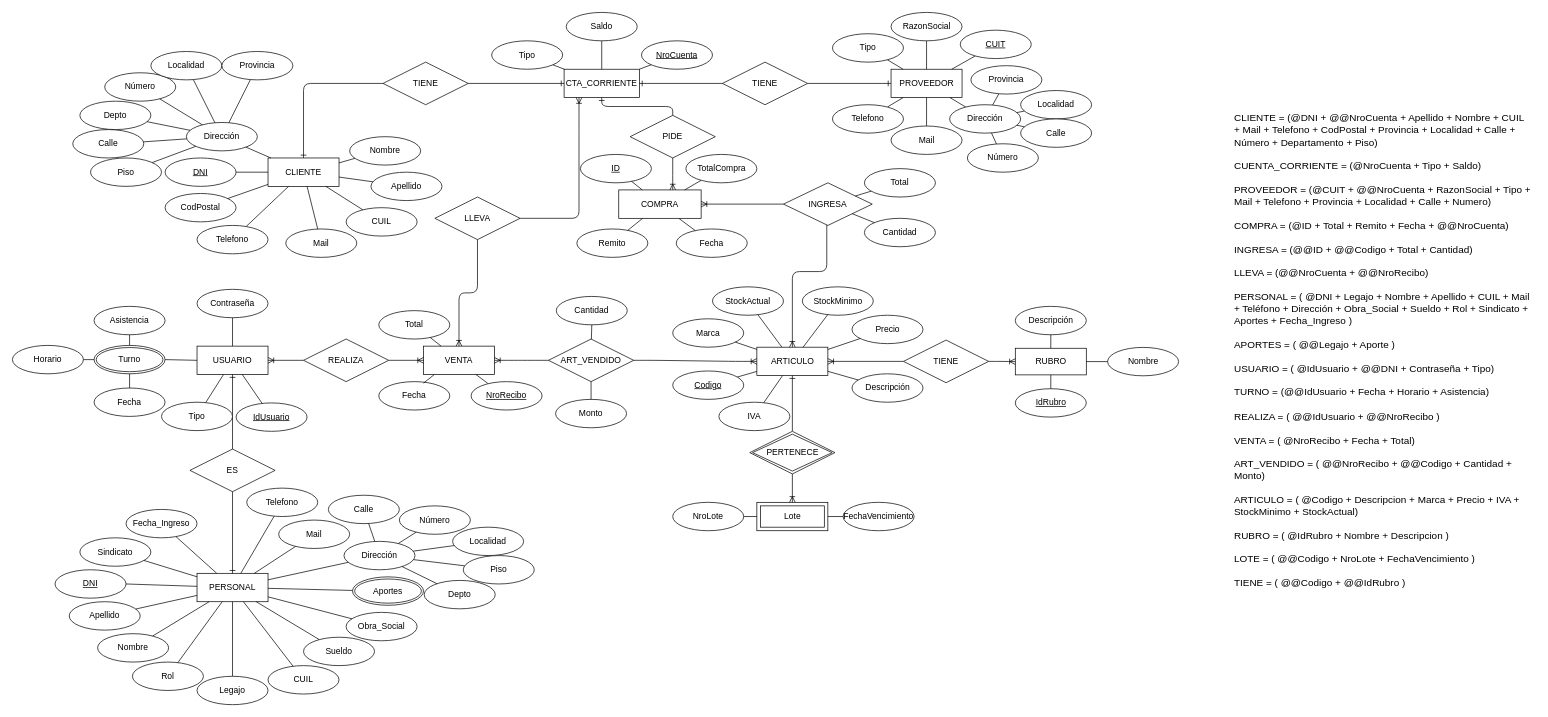
Before: ModeloER.drawio in JIVitian/BD_QuVitSoft, a draw.io diagram. Source tidied: cells renumbered, new cells numbered last; positions are measured from the earlier drawing's top-left corner, leaving out a move shared by most shapes. Both pictures are drawn from the tidied source at 71%, with x=0, y=0 at pixel (12, 12).
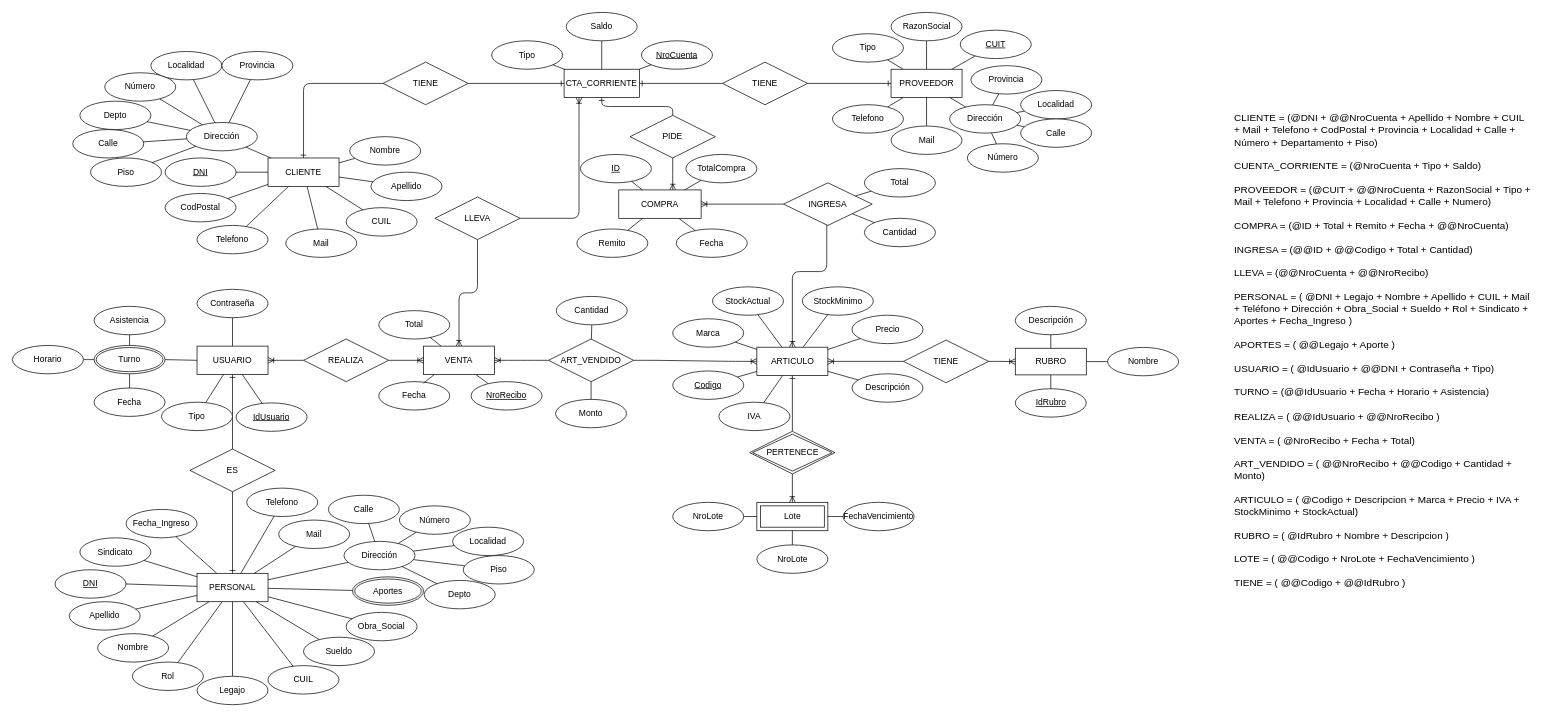
Above is the later version.

The change refers to these unchanged cells:
```xml
<mxCell id="118" value="Lote" style="shape=ext;margin=3;double=1;whiteSpace=wrap;html=1;align=center;" parent="1" vertex="1">
  <mxGeometry x="1048.5" y="690" width="100" height="40" as="geometry" />
</mxCell>
```

What changed in the source:
```diff
@@
+    <mxCell id="196" value="NroLote" style="ellipse;whiteSpace=wrap;html=1;align=center;" parent="1" vertex="1">
+      <mxGeometry x="1048.5" y="750" width="100" height="40" as="geometry" />
+    </mxCell>
+    <mxCell id="197" style="endArrow=none;html=1;rounded=0;" parent="1" edge="1" source="118" target="196">
+      <mxGeometry relative="1" as="geometry" />
+    </mxCell>
```
